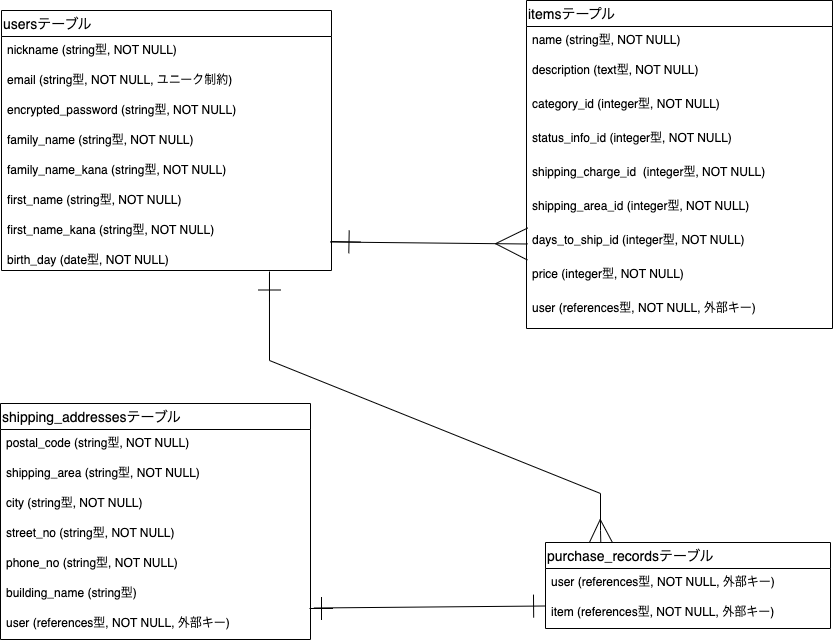
The draw.io diagram furimaER図.png in DrizzleMoelay/furima-38099, before a commit. Source tidied: cells renumbered, new cells last; positions are measured from the earlier drawing's top-left corner, leaving out a move shared by most shapes.
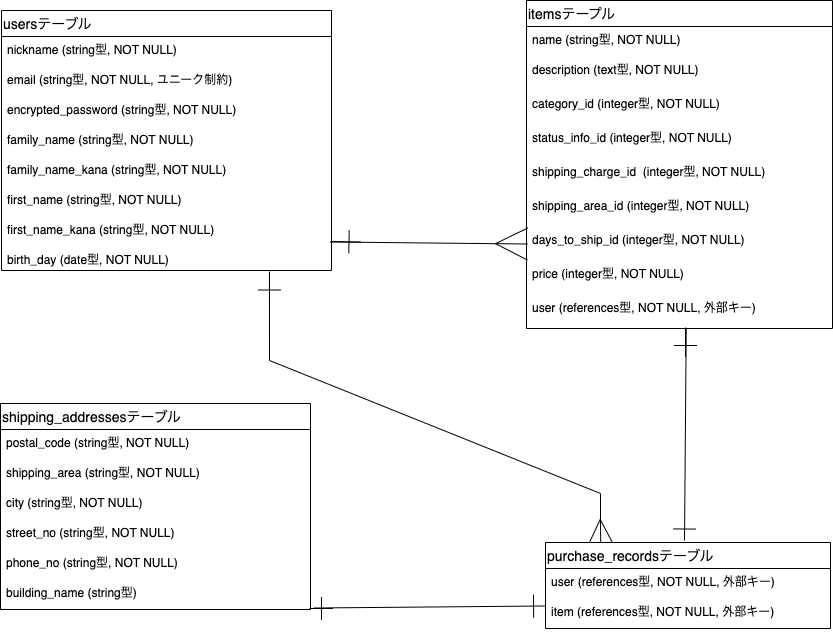
The same diagram one commit later.

Diff of the diagram source:
```diff
@@ -44,6 +44,18 @@
     <mxCell id="12" value="birth_day (date型, NOT NULL)" style="text;strokeColor=none;fillColor=none;spacingLeft=4;spacingRight=4;overflow=hidden;points=[[0,0.5],[1,0.5]];portConstraint=eastwest;fontSize=12;" parent="4" vertex="1">
       <mxGeometry y="236" width="330" height="24" as="geometry" />
     </mxCell>
+    <mxCell id="38" style="edgeStyle=none;rounded=0;html=1;fontColor=#F0F0F0;endArrow=ERone;endFill=0;startSize=16;endSize=21;sourcePerimeterSpacing=0;targetPerimeterSpacing=0;strokeWidth=1;" parent="1" edge="1">
+      <mxGeometry relative="1" as="geometry">
+        <mxPoint x="685.7" y="328" as="sourcePoint" />
+        <mxPoint x="684" y="540" as="targetPoint" />
+      </mxGeometry>
+    </mxCell>
+    <mxCell id="39" style="edgeStyle=none;rounded=0;html=1;fontColor=#F0F0F0;endArrow=ERone;endFill=0;startSize=16;endSize=21;sourcePerimeterSpacing=0;targetPerimeterSpacing=0;strokeWidth=1;" parent="1" edge="1">
+      <mxGeometry relative="1" as="geometry">
+        <mxPoint x="685" y="327" as="sourcePoint" />
+        <mxPoint x="685" y="356.5" as="targetPoint" />
+      </mxGeometry>
+    </mxCell>
     <mxCell id="13" value="itemsテープル" style="swimlane;fontStyle=0;horizontal=1;startSize=26;align=left;fontSize=14;labelBackgroundColor=default;" parent="1" vertex="1">
       <mxGeometry x="526" width="306" height="328" as="geometry" />
     </mxCell>
@@ -75,7 +87,7 @@
       <mxGeometry y="294" width="306" height="34" as="geometry" />
     </mxCell>
     <mxCell id="23" value="shipping_addressesテーブル" style="swimlane;fontStyle=0;horizontal=1;startSize=26;align=left;fontSize=14;" parent="1" vertex="1">
-      <mxGeometry y="403" width="310" height="236" as="geometry" />
+      <mxGeometry y="403" width="310" height="206" as="geometry" />
     </mxCell>
     <mxCell id="24" value="postal_code (string型, NOT NULL)" style="text;strokeColor=none;fillColor=none;spacingLeft=4;spacingRight=4;overflow=hidden;fontSize=12;" parent="23" vertex="1">
       <mxGeometry y="26" width="310" height="30" as="geometry" />
@@ -95,9 +107,6 @@
     <mxCell id="29" value="building_name (string型)" style="text;strokeColor=none;fillColor=none;spacingLeft=4;spacingRight=4;overflow=hidden;fontSize=12;" parent="23" vertex="1">
       <mxGeometry y="176" width="310" height="30" as="geometry" />
     </mxCell>
-    <mxCell id="30" value="user (references型, NOT NULL, 外部キー)" style="text;strokeColor=none;fillColor=none;spacingLeft=4;spacingRight=4;overflow=hidden;points=[[0,0.5],[1,0.5]];portConstraint=eastwest;fontSize=12;" parent="23" vertex="1">
-      <mxGeometry y="206" width="310" height="30" as="geometry" />
-    </mxCell>
     <mxCell id="31" value="purchase_recordsテーブル" style="swimlane;fontStyle=0;horizontal=1;startSize=26;align=left;fontSize=14;" parent="1" vertex="1">
       <mxGeometry x="545" y="542" width="285" height="86" as="geometry" />
     </mxCell>
@@ -119,8 +128,9 @@
         <mxPoint x="527" y="243.5" as="targetPoint" />
       </mxGeometry>
     </mxCell>
-    <mxCell id="36" style="edgeStyle=none;rounded=0;html=1;fontColor=#F0F0F0;endArrow=ERone;endFill=0;startSize=16;endSize=21;sourcePerimeterSpacing=0;targetPerimeterSpacing=0;strokeWidth=1;entryX=-0.012;entryY=0.25;entryDx=0;entryDy=0;entryPerimeter=0;exitX=1.011;exitY=-0.05;exitDx=0;exitDy=0;exitPerimeter=0;" parent="1" edge="1" source="30">
+    <mxCell id="36" style="edgeStyle=none;rounded=0;html=1;fontColor=#F0F0F0;endArrow=ERone;endFill=0;startSize=16;endSize=21;sourcePerimeterSpacing=0;targetPerimeterSpacing=0;strokeWidth=1;entryX=-0.012;entryY=0.25;entryDx=0;entryDy=0;entryPerimeter=0;exitX=1.011;exitY=-0.05;exitDx=0;exitDy=0;exitPerimeter=0;" parent="1" edge="1">
       <mxGeometry relative="1" as="geometry">
+        <mxPoint x="313.4" y="607.5" as="sourcePoint" />
         <mxPoint x="544.6" y="605.5" as="targetPoint" />
       </mxGeometry>
     </mxCell>
```
